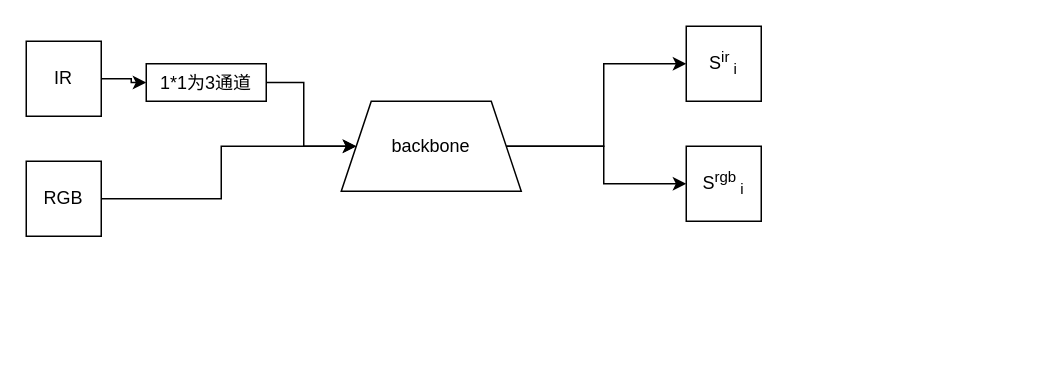
The draw.io diagram DrawIO_file/流程图/草图.drawio in DingDongZz/typera_PicGO, before the edit. Source tidied: cells renumbered, new cells numbered last; positions are measured from the earlier drawing's top-left corner, leaving out a move shared by most shapes. Both pictures are drawn from the tidied source at 150%, with x=0, y=0 at pixel (26, 26).
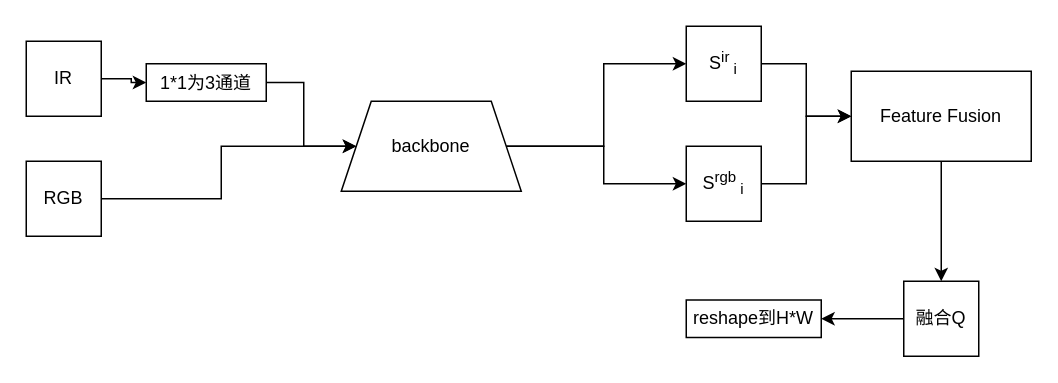
After the change.

The edit, as a diff of the source:
```diff
@@
 <mxGraphModel>
   <root>
     <mxCell id="0" />
     <mxCell id="1" parent="0" />
     <mxCell id="2" style="edgeStyle=orthogonalEdgeStyle;rounded=0;jettySize=auto;html=1;entryX=0;entryY=0.5;entryDx=0;entryDy=0;" parent="1" edge="1" source="4" target="11">
       <mxGeometry relative="1" as="geometry" />
     </mxCell>
     <mxCell id="3" style="edgeStyle=orthogonalEdgeStyle;rounded=0;jettySize=auto;html=1;entryX=0;entryY=0.5;entryDx=0;entryDy=0;" parent="1" edge="1" source="4" target="12">
       <mxGeometry relative="1" as="geometry" />
     </mxCell>
     <mxCell id="4" value="backbone" style="shape=trapezoid;perimeter=trapezoidPerimeter;whiteSpace=wrap;html=1;fixedSize=1;" parent="1" vertex="1">
       <mxGeometry x="210" y="50" width="120" height="60" as="geometry" />
     </mxCell>
     <mxCell id="5" style="edgeStyle=orthogonalEdgeStyle;rounded=0;jettySize=auto;html=1;entryX=0;entryY=0.5;entryDx=0;entryDy=0;" parent="1" edge="1" source="6" target="10">
       <mxGeometry relative="1" as="geometry" />
     </mxCell>
     <mxCell id="6" value="IR" style="rounded=0;whiteSpace=wrap;html=1;" parent="1" vertex="1">
       <mxGeometry y="10" width="50" height="50" as="geometry" />
     </mxCell>
     <mxCell id="7" style="edgeStyle=orthogonalEdgeStyle;rounded=0;jettySize=auto;html=1;entryX=0;entryY=0.5;entryDx=0;entryDy=0;" parent="1" edge="1" source="8" target="4">
       <mxGeometry relative="1" as="geometry" />
     </mxCell>
     <mxCell id="8" value="RGB" style="rounded=0;whiteSpace=wrap;html=1;" parent="1" vertex="1">
       <mxGeometry y="90" width="50" height="50" as="geometry" />
     </mxCell>
     <mxCell id="9" style="edgeStyle=orthogonalEdgeStyle;rounded=0;jettySize=auto;html=1;" parent="1" edge="1" source="10" target="4">
       <mxGeometry relative="1" as="geometry" />
     </mxCell>
     <mxCell id="10" value="1*1为3通道" style="rounded=0;whiteSpace=wrap;html=1;" parent="1" vertex="1">
       <mxGeometry x="80" y="25" width="80" height="25" as="geometry" />
     </mxCell>
+    <mxCell id="13" style="edgeStyle=orthogonalEdgeStyle;rounded=0;jettySize=auto;html=1;entryX=0;entryY=0.5;entryDx=0;entryDy=0;" parent="1" edge="1" source="11" target="16">
+      <mxGeometry relative="1" as="geometry" />
+    </mxCell>
     <mxCell id="11" value="S&lt;sup&gt;ir&amp;nbsp;&lt;/sup&gt;&lt;sub&gt;i&lt;/sub&gt;" style="rounded=0;whiteSpace=wrap;html=1;" parent="1" vertex="1">
       <mxGeometry x="440" width="50" height="50" as="geometry" />
     </mxCell>
+    <mxCell id="14" style="edgeStyle=orthogonalEdgeStyle;rounded=0;jettySize=auto;html=1;exitX=1;exitY=0.5;exitDx=0;exitDy=0;entryX=0;entryY=0.5;entryDx=0;entryDy=0;" parent="1" edge="1" source="12" target="16">
+      <mxGeometry relative="1" as="geometry" />
+    </mxCell>
     <mxCell id="12" value="S&lt;sup&gt;rgb&lt;/sup&gt;&lt;sub&gt;&amp;nbsp;i&lt;/sub&gt;" style="rounded=0;whiteSpace=wrap;html=1;" parent="1" vertex="1">
       <mxGeometry x="440" y="80" width="50" height="50" as="geometry" />
     </mxCell>
+    <mxCell id="15" style="edgeStyle=orthogonalEdgeStyle;rounded=0;jettySize=auto;html=1;entryX=0.5;entryY=0;entryDx=0;entryDy=0;" parent="1" edge="1" source="16" target="18">
+      <mxGeometry relative="1" as="geometry" />
+    </mxCell>
+    <mxCell id="16" value="Feature Fusion" style="rounded=0;whiteSpace=wrap;html=1;" parent="1" vertex="1">
+      <mxGeometry x="550" y="30" width="120" height="60" as="geometry" />
+    </mxCell>
+    <mxCell id="17" style="edgeStyle=orthogonalEdgeStyle;rounded=0;jettySize=auto;html=1;" parent="1" edge="1" source="18" target="19">
+      <mxGeometry relative="1" as="geometry" />
+    </mxCell>
+    <mxCell id="18" value="融合Q" style="rounded=0;whiteSpace=wrap;html=1;" parent="1" vertex="1">
+      <mxGeometry x="585" y="170" width="50" height="50" as="geometry" />
+    </mxCell>
+    <mxCell id="19" value="reshape到H*W" style="whiteSpace=wrap;html=1;rounded=0;" parent="1" vertex="1">
+      <mxGeometry x="440" y="182.5" width="90" height="25" as="geometry" />
+    </mxCell>
   </root>
 </mxGraphModel>
```
